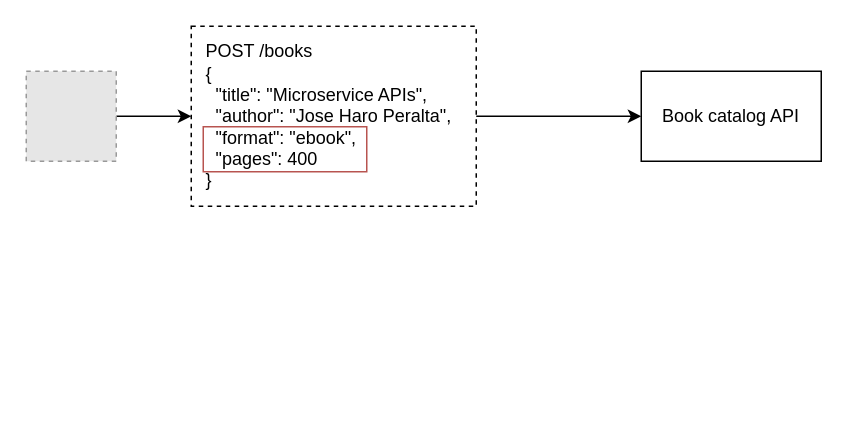
abunuwas/api-sec-book-imgs keeps this draw.io diagram as page "5.10" (10 of 13) of ch05.drawio. Above is the earlier version. Source tidied: cells renumbered, new cells numbered last; positions are measured from the earlier drawing's top-left corner, leaving out a move shared by most shapes. Both pictures are drawn from the tidied source at 150%, with x=0, y=0 at pixel (26, 26). Pictures stored in the file or linked from it are replaced by grey dashed boxes.
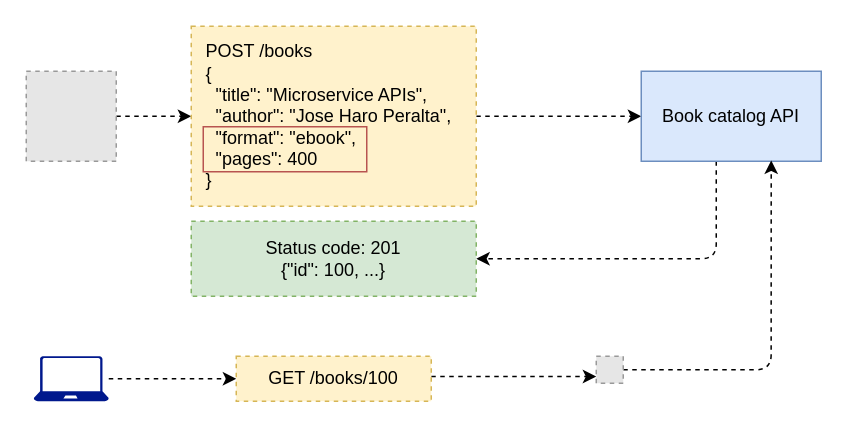
After the change.

Diff of the diagram source:
```diff
@@
 <mxGraphModel>
   <root>
     <mxCell id="0" />
     <mxCell id="1" parent="0" />
-    <mxCell id="2" style="edgeStyle=orthogonalEdgeStyle;rounded=0;jettySize=auto;html=1;entryX=0;entryY=0.5;entryDx=0;entryDy=0;" parent="1" edge="1" source="3" target="5">
+    <mxCell id="2" style="edgeStyle=orthogonalEdgeStyle;rounded=1;jettySize=auto;html=1;entryX=0;entryY=0.5;entryDx=0;entryDy=0;curved=0;dashed=1;" parent="1" edge="1" source="3" target="5">
       <mxGeometry relative="1" as="geometry" />
     </mxCell>
     <mxCell id="3" style="fillColor=#E6E6E6;strokeColor=#999999;dashed=1;html=1;verticalAlign=top;verticalLabelPosition=bottom;labelBackgroundColor=#ffffff;" parent="1" vertex="1">
       <mxGeometry y="30" width="60" height="60" as="geometry" />
     </mxCell>
-    <mxCell id="4" style="edgeStyle=orthogonalEdgeStyle;rounded=0;jettySize=auto;html=1;entryX=0;entryY=0.5;entryDx=0;entryDy=0;" parent="1" edge="1" source="5" target="6">
+    <mxCell id="4" style="edgeStyle=orthogonalEdgeStyle;rounded=1;jettySize=auto;html=1;entryX=0;entryY=0.5;entryDx=0;entryDy=0;curved=0;dashed=1;" parent="1" edge="1" source="5" target="6">
       <mxGeometry relative="1" as="geometry" />
     </mxCell>
-    <mxCell id="5" value="POST /books&lt;div&gt;{&lt;/div&gt;&lt;div&gt;&amp;nbsp; &quot;title&quot;: &quot;Microservice APIs&quot;,&lt;/div&gt;&lt;div&gt;&amp;nbsp; &quot;author&quot;: &quot;Jose Haro Peralta&quot;,&lt;/div&gt;&lt;div&gt;&amp;nbsp; &quot;format&quot;: &quot;ebook&quot;,&lt;/div&gt;&lt;div&gt;&amp;nbsp; &quot;pages&quot;: 400&lt;/div&gt;&lt;div&gt;}&lt;/div&gt;" style="text;html=1;align=left;verticalAlign=middle;whiteSpace=wrap;rounded=0;strokeColor=default;dashed=1;spacing=10;" parent="1" vertex="1">
+    <mxCell id="5" value="POST /books&lt;div&gt;{&lt;/div&gt;&lt;div&gt;&amp;nbsp; &quot;title&quot;: &quot;Microservice APIs&quot;,&lt;/div&gt;&lt;div&gt;&amp;nbsp; &quot;author&quot;: &quot;Jose Haro Peralta&quot;,&lt;/div&gt;&lt;div&gt;&amp;nbsp; &quot;format&quot;: &quot;ebook&quot;,&lt;/div&gt;&lt;div&gt;&amp;nbsp; &quot;pages&quot;: 400&lt;/div&gt;&lt;div&gt;}&lt;/div&gt;" style="text;html=1;align=left;verticalAlign=middle;whiteSpace=wrap;rounded=0;strokeColor=#d6b656;dashed=1;spacing=10;fillColor=#fff2cc;" parent="1" vertex="1">
       <mxGeometry x="110" width="190" height="120" as="geometry" />
     </mxCell>
+    <mxCell id="8" style="edgeStyle=orthogonalEdgeStyle;rounded=1;jettySize=auto;html=1;entryX=1;entryY=0.5;entryDx=0;entryDy=0;curved=0;dashed=1;" parent="1" edge="1" source="6" target="11">
+      <mxGeometry relative="1" as="geometry">
+        <Array as="points">
+          <mxPoint x="460" y="155" />
+        </Array>
+      </mxGeometry>
+    </mxCell>
-    <mxCell id="6" value="Book catalog API" style="rounded=0;whiteSpace=wrap;html=1;" parent="1" vertex="1">
+    <mxCell id="6" value="Book catalog API" style="rounded=0;whiteSpace=wrap;html=1;fillColor=#dae8fc;strokeColor=#6c8ebf;" parent="1" vertex="1">
       <mxGeometry x="410" y="30" width="120" height="60" as="geometry" />
     </mxCell>
     <mxCell id="7" style="text;html=1;align=center;verticalAlign=middle;whiteSpace=wrap;rounded=0;strokeColor=#b85450;fillColor=none;" parent="1" vertex="1">
       <mxGeometry x="118" y="67" width="109" height="30" as="geometry" />
     </mxCell>
+    <mxCell id="9" style="edgeStyle=orthogonalEdgeStyle;rounded=1;jettySize=auto;html=1;entryX=0;entryY=0.5;entryDx=0;entryDy=0;curved=0;dashed=1;" parent="1" edge="1" source="10" target="13">
+      <mxGeometry relative="1" as="geometry" />
+    </mxCell>
+    <mxCell id="10" style="sketch=0;shadow=0;dashed=0;html=1;strokeColor=none;labelPosition=center;verticalLabelPosition=bottom;verticalAlign=top;align=center;fillColor=#00188D;shape=mxgraph.azure.laptop;" parent="1" vertex="1">
+      <mxGeometry x="5" y="220" width="50" height="30" as="geometry" />
+    </mxCell>
+    <mxCell id="11" value="Status code: 201&lt;div&gt;{&quot;id&quot;: 100, ...}&lt;/div&gt;" style="text;html=1;align=center;verticalAlign=middle;whiteSpace=wrap;rounded=0;strokeColor=#82b366;dashed=1;spacing=10;fillColor=#d5e8d4;" parent="1" vertex="1">
+      <mxGeometry x="110" y="130" width="190" height="50" as="geometry" />
+    </mxCell>
+    <mxCell id="12" style="edgeStyle=orthogonalEdgeStyle;rounded=1;jettySize=auto;html=1;entryX=0;entryY=0.75;entryDx=0;entryDy=0;curved=0;dashed=1;" parent="1" edge="1" source="13" target="15">
+      <mxGeometry relative="1" as="geometry">
+        <Array as="points">
+          <mxPoint x="325" y="233" />
+        </Array>
+      </mxGeometry>
+    </mxCell>
+    <mxCell id="13" value="GET /books/100" style="text;html=1;align=center;verticalAlign=middle;whiteSpace=wrap;rounded=0;strokeColor=#d6b656;dashed=1;spacing=10;fillColor=#fff2cc;" parent="1" vertex="1">
+      <mxGeometry x="140" y="220" width="130" height="30" as="geometry" />
+    </mxCell>
+    <mxCell id="14" style="edgeStyle=orthogonalEdgeStyle;rounded=1;jettySize=auto;html=1;entryX=0.722;entryY=0.991;entryDx=0;entryDy=0;entryPerimeter=0;curved=0;dashed=1;" parent="1" edge="1" source="15" target="6">
+      <mxGeometry relative="1" as="geometry" />
+    </mxCell>
+    <mxCell id="15" style="fillColor=#E6E6E6;strokeColor=#999999;dashed=1;html=1;verticalAlign=top;verticalLabelPosition=bottom;labelBackgroundColor=#ffffff;" parent="1" vertex="1">
+      <mxGeometry x="380" y="220" width="18" height="18" as="geometry" />
+    </mxCell>
   </root>
 </mxGraphModel>
```
